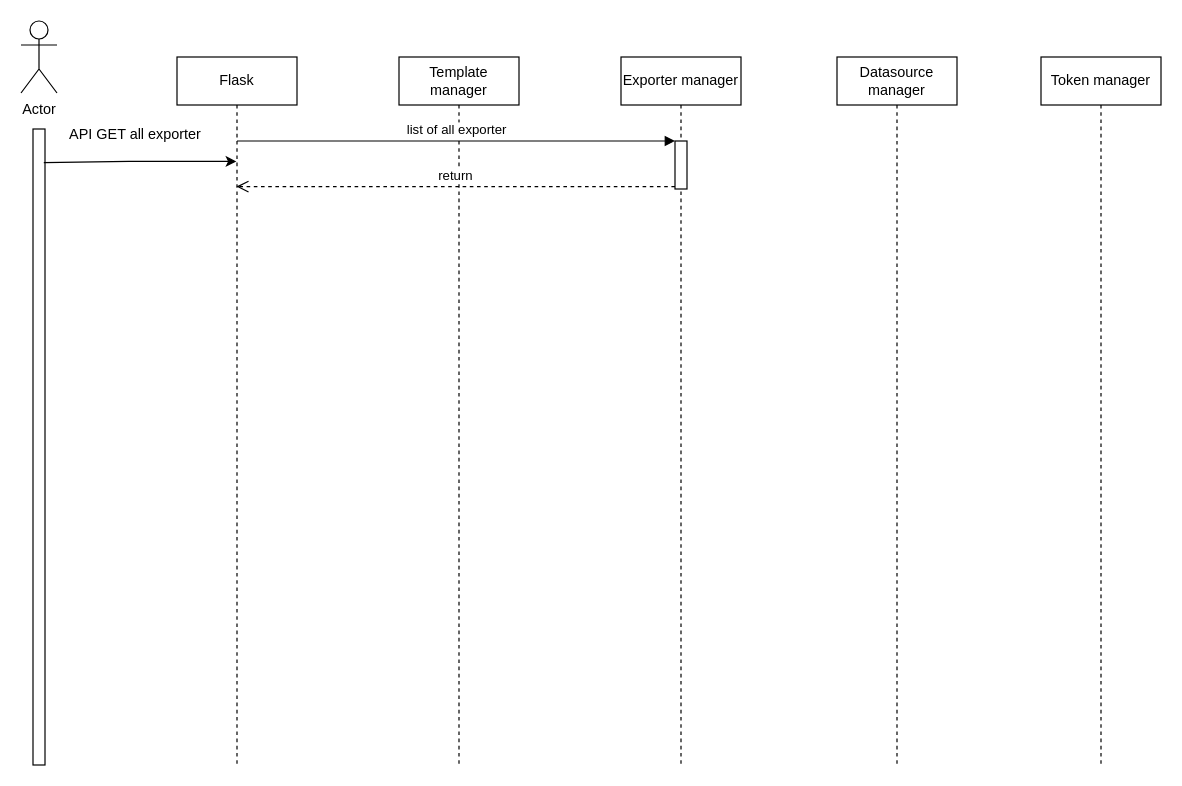
Above: page "API list all exporter" (2 of 4) of Download install script.drawio in AlicasticAnhthu/apiflask (draw.io), before the change. Source tidied: cells renumbered, new cells numbered last; positions are measured from the earlier drawing's top-left corner, leaving out a move shared by most shapes. Both pictures are drawn from the tidied source at 120%, with x=0, y=0 at pixel (20, 20).
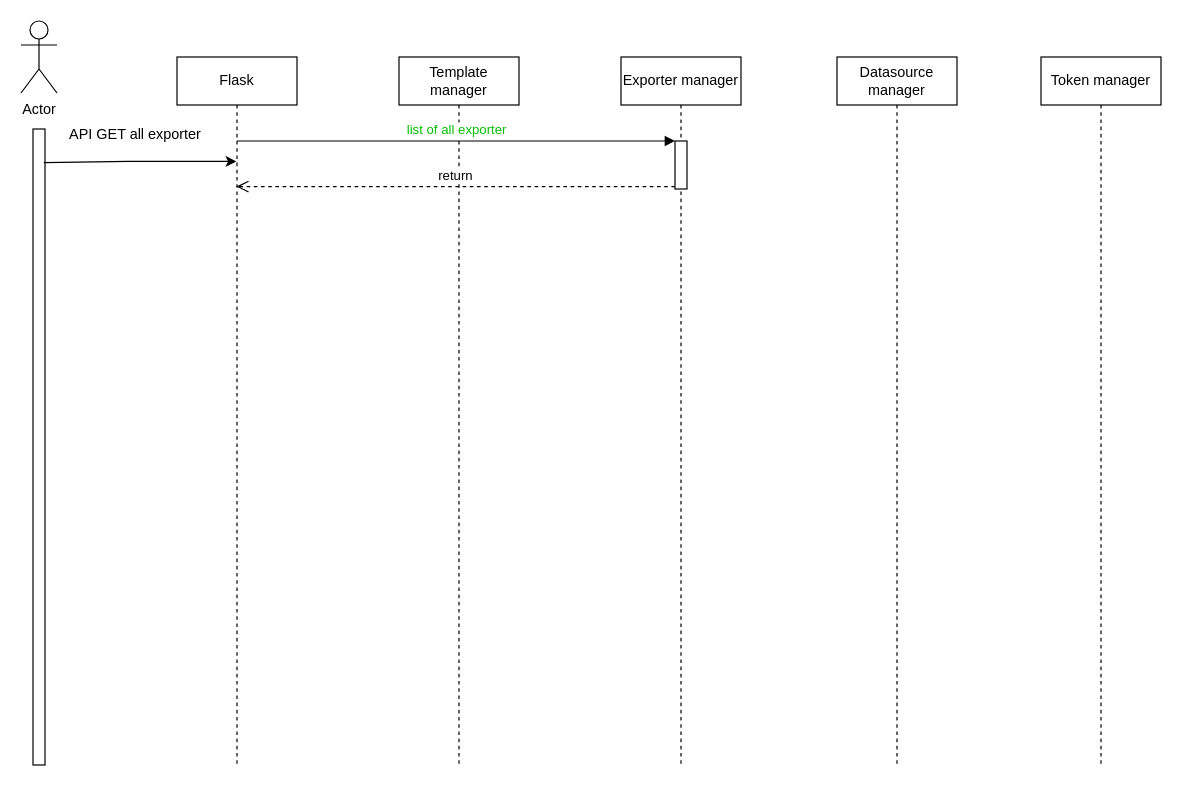
The same page after the edit.

What changed in the source:
```diff
@@
 <mxGraphModel>
   <root>
     <mxCell id="0" />
     <mxCell id="1" parent="0" />
     <mxCell id="2" value="Actor" style="shape=umlActor;verticalLabelPosition=bottom;verticalAlign=top;html=1;" parent="1" vertex="1">
       <mxGeometry width="30" height="60" as="geometry" />
     </mxCell>
     <mxCell id="3" value="Flask" style="shape=umlLifeline;perimeter=lifelinePerimeter;whiteSpace=wrap;html=1;outlineConnect=0;" parent="1" vertex="1">
       <mxGeometry x="130" y="30" width="100" height="590" as="geometry" />
     </mxCell>
     <mxCell id="4" value="Template manager" style="shape=umlLifeline;perimeter=lifelinePerimeter;whiteSpace=wrap;html=1;" parent="1" vertex="1">
       <mxGeometry x="315" y="30" width="100" height="590" as="geometry" />
     </mxCell>
     <mxCell id="5" value="Datasource manager" style="shape=umlLifeline;perimeter=lifelinePerimeter;whiteSpace=wrap;html=1;" parent="1" vertex="1">
       <mxGeometry x="680" y="30" width="100" height="590" as="geometry" />
     </mxCell>
     <mxCell id="6" value="Token manager" style="shape=umlLifeline;perimeter=lifelinePerimeter;whiteSpace=wrap;html=1;" parent="1" vertex="1">
       <mxGeometry x="850" y="30" width="100" height="590" as="geometry" />
     </mxCell>
     <mxCell id="7" style="html=1;perimeter=orthogonalPerimeter;" parent="1" vertex="1">
       <mxGeometry x="10" y="90" width="10" height="530" as="geometry" />
     </mxCell>
     <mxCell id="8" value="Exporter manager" style="shape=umlLifeline;perimeter=lifelinePerimeter;whiteSpace=wrap;html=1;" parent="1" vertex="1">
       <mxGeometry x="500" y="30" width="100" height="590" as="geometry" />
     </mxCell>
     <mxCell id="9" style="html=1;points=[];perimeter=orthogonalPerimeter;" parent="8" vertex="1">
       <mxGeometry x="45" y="70" width="10" height="40" as="geometry" />
     </mxCell>
-    <mxCell id="10" value="list of all exporter" style="html=1;verticalAlign=bottom;endArrow=block;entryX=0;entryY=0;rounded=0;" parent="1" edge="1" target="9">
+    <mxCell id="10" value="&lt;font color=&quot;#00bf00&quot;&gt;list of all exporter&lt;/font&gt;" style="html=1;verticalAlign=bottom;endArrow=block;entryX=0;entryY=0;rounded=0;" parent="1" edge="1" target="9">
       <mxGeometry relative="1" as="geometry">
         <mxPoint x="180" y="100" as="sourcePoint" />
       </mxGeometry>
     </mxCell>
     <mxCell id="11" value="return" style="html=1;verticalAlign=bottom;endArrow=open;dashed=1;endSize=8;exitX=0;exitY=0.95;rounded=0;" parent="1" edge="1" source="9" target="3">
       <mxGeometry relative="1" as="geometry" />
     </mxCell>
     <mxCell id="12" style="endArrow=classic;html=1;rounded=0;exitX=0.9;exitY=0.021;exitDx=0;exitDy=0;exitPerimeter=0;" parent="1" edge="1">
       <mxGeometry relative="1" as="geometry">
         <mxPoint x="19" y="118.1" as="sourcePoint" />
         <mxPoint x="179.5" y="117" as="targetPoint" />
         <Array as="points">
           <mxPoint x="90" y="117" />
         </Array>
       </mxGeometry>
     </mxCell>
     <mxCell id="13" value="API GET all exporter" style="text;html=1;align=center;verticalAlign=middle;strokeColor=none;fillColor=none;" parent="1" vertex="1">
       <mxGeometry x="30" y="80" width="130" height="30" as="geometry" />
     </mxCell>
   </root>
 </mxGraphModel>
```
